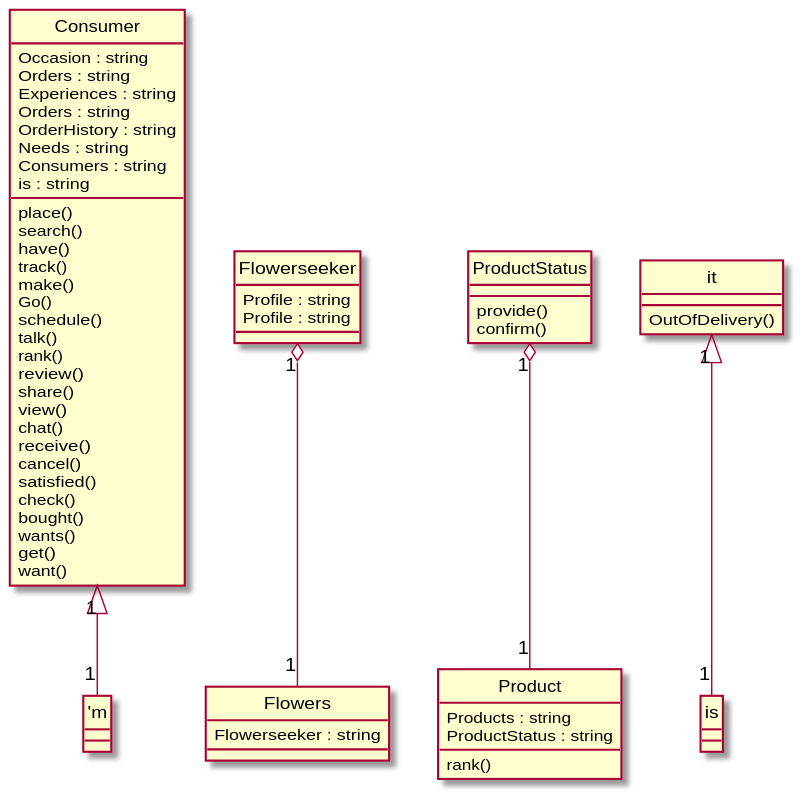
Before: Diagrams/2014-USC-Project04.svg, a diagram exported from PlantUML (xixixhalu/DomainModelExtractor).
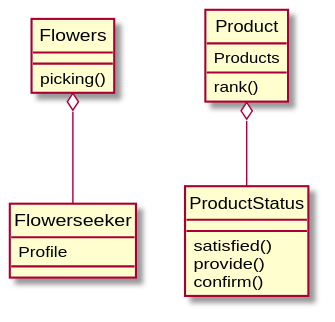
The same file after the commit.

What changed in the source:
```diff
@@ -1,57 +1,20 @@
 @startuml
 hide circle
-class Consumer {
-	Occasion : string
-	Orders : string
-	Experiences : string
-	Orders : string
-	OrderHistory : string
-	Needs : string
-	Consumers : string
-	is : string
-	place()
-	search()
-	have()
-	track()
-	make()
-	Go()
-	schedule()
-	talk()
-	rank()
-	review()
-	share()
-	view()
-	chat()
-	receive()
-	cancel()
-	satisfied()
-	check()
-	bought()
-	wants()
-	get()
-	want()
-}
 class Flowerseeker {
-	Profile : string
-	Profile : string
+	Profile
 }
 class Flowers {
-	Flowerseeker : string
+	picking()
 }
 class Product {
-	Products : string
-	ProductStatus : string
+	Products
 	rank()
 }
-class it {
-	OutOfDelivery()
-}
 class ProductStatus {
+	satisfied()
 	provide()
 	confirm()
 }
-Flowerseeker "1" o-- "1" Flowers
-Consumer "1" <|-- "1" "'m"
-ProductStatus "1" o-- "1" Product
-it "1" <|-- "1" is
+Flowers o-- Flowerseeker
+Product o-- ProductStatus
 @enduml
```
